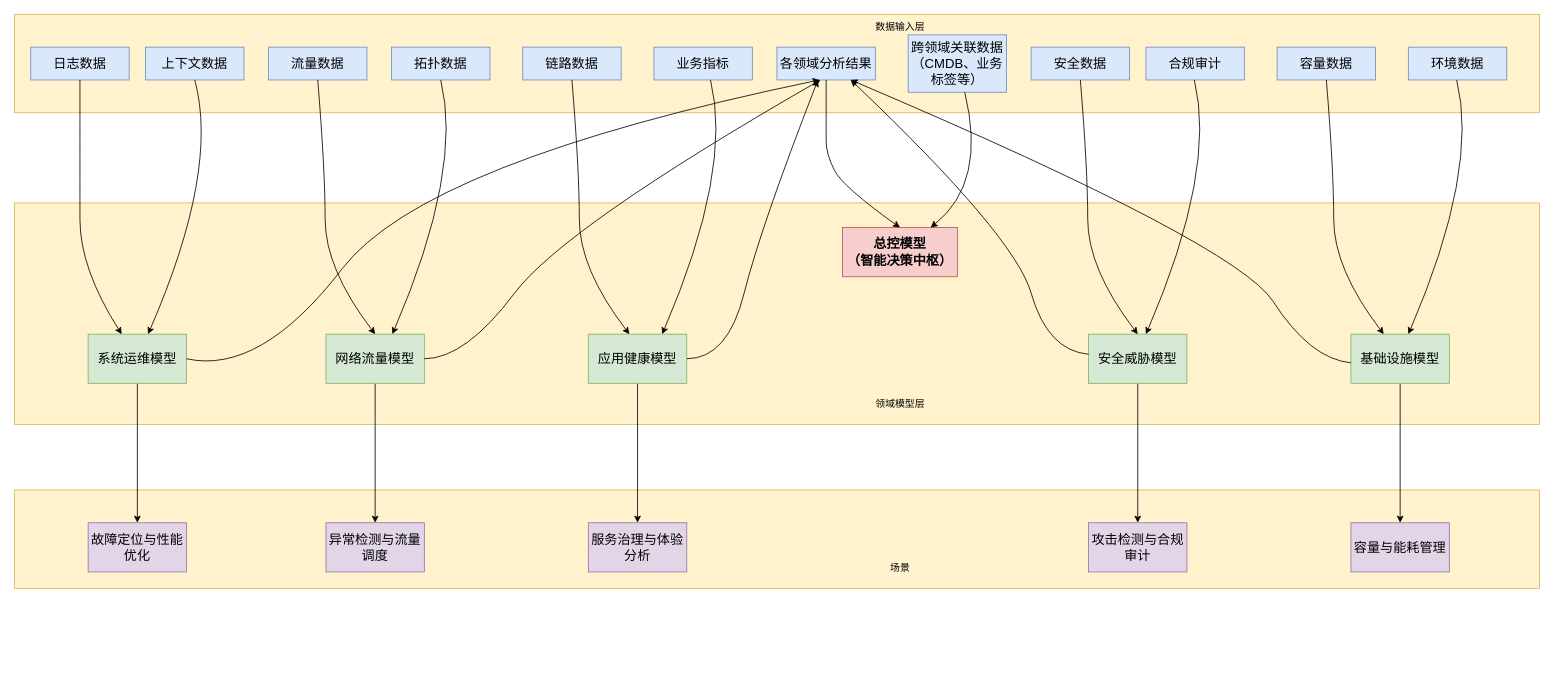
This is AI系统框图.drawio from 541013515/drawio, a draw.io file, before an edit. Source tidied: cells renumbered, new cells numbered last; positions are measured from the earlier drawing's top-left corner, leaving out a move shared by most shapes. Both pictures are drawn from the tidied source at 82%, with x=0, y=0 at pixel (14, 14).
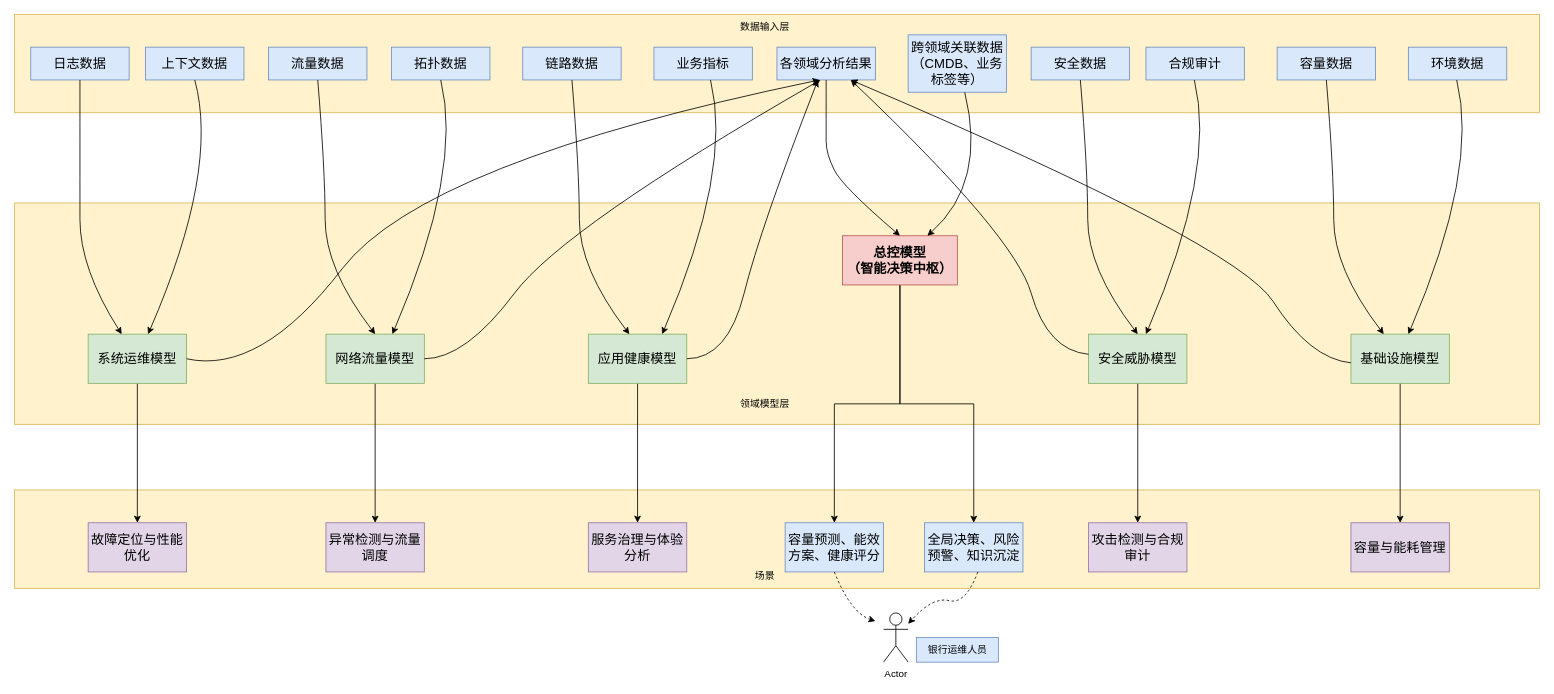
The same diagram, later.

Commit message:
更新AI系统框图.drawio

The edit, as a diff of the source:
```diff
@@
     <mxCell id="5" value="数据输入层" style="text;html=1;align=center;verticalAlign=middle;strokeColor=none;fillColor=none;" parent="1" vertex="1">
-      <mxGeometry x="1040" width="80" height="30" as="geometry" />
+      <mxGeometry x="875" width="80" height="30" as="geometry" />
     </mxCell>
     <mxCell id="6" value="领域模型层" style="text;html=1;align=center;verticalAlign=middle;strokeColor=none;fillColor=none;" parent="1" vertex="1">
-      <mxGeometry x="1040" y="460" width="80" height="30" as="geometry" />
+      <mxGeometry x="875" y="460" width="80" height="30" as="geometry" />
     </mxCell>
@@
+    <mxCell id="53" style="edgeStyle=orthogonalEdgeStyle;rounded=0;jettySize=auto;html=1;" parent="1" edge="1" source="13" target="55">
+      <mxGeometry relative="1" as="geometry" />
+    </mxCell>
+    <mxCell id="54" style="edgeStyle=orthogonalEdgeStyle;rounded=0;jettySize=auto;html=1;" parent="1" edge="1" source="13" target="56">
+      <mxGeometry relative="1" as="geometry" />
+    </mxCell>
     <mxCell id="13" value="&lt;p class=&quot;MsoNormal&quot;&gt;&lt;b&gt;&lt;font face=&quot;Helvetica&quot; style=&quot;font-size: 16px;&quot;&gt;总控模型&lt;br&gt;（智能决策中枢）&lt;/font&gt;&lt;/b&gt;&lt;/p&gt;" style="rounded=0;whiteSpace=wrap;html=1;fillColor=#f8cecc;strokeColor=#b85450;" parent="1" vertex="1">
-      <mxGeometry x="1010" y="260" width="140" height="60" as="geometry" />
+      <mxGeometry x="1010" y="270" width="140" height="60" as="geometry" />
     </mxCell>
@@
     <mxCell id="52" value="场景" style="text;html=1;align=center;verticalAlign=middle;strokeColor=none;fillColor=none;" parent="1" vertex="1">
-      <mxGeometry x="1055" y="660" width="50" height="30" as="geometry" />
+      <mxGeometry x="890" y="670" width="50" height="30" as="geometry" />
     </mxCell>
+    <mxCell id="55" value="&lt;p class=&quot;MsoNormal&quot;&gt;&lt;font style=&quot;font-size: 16px;&quot; face=&quot;Helvetica&quot;&gt;容量预测、能效方案、健康评分&lt;/font&gt;&lt;/p&gt;" style="rounded=0;whiteSpace=wrap;html=1;fillColor=#dae8fc;strokeColor=#6c8ebf;" parent="1" vertex="1">
+      <mxGeometry x="940" y="620" width="120" height="60" as="geometry" />
+    </mxCell>
+    <mxCell id="56" value="&lt;p class=&quot;MsoNormal&quot;&gt;&lt;font style=&quot;font-size: 16px;&quot; face=&quot;Helvetica&quot;&gt;全局决策、风险预警、知识沉淀&lt;/font&gt;&lt;/p&gt;" style="rounded=0;whiteSpace=wrap;html=1;fillColor=#dae8fc;strokeColor=#6c8ebf;" parent="1" vertex="1">
+      <mxGeometry x="1110" y="620" width="120" height="60" as="geometry" />
+    </mxCell>
+    <mxCell id="57" value="Actor" style="shape=umlActor;verticalLabelPosition=bottom;verticalAlign=top;html=1;outlineConnect=0;" parent="1" vertex="1">
+      <mxGeometry x="1060" y="730" width="30" height="60" as="geometry" />
+    </mxCell>
+    <mxCell id="58" value="银行运维人员" style="text;html=1;align=center;verticalAlign=middle;strokeColor=#6c8ebf;fillColor=#dae8fc;" parent="1" vertex="1">
+      <mxGeometry x="1100" y="760" width="100" height="30" as="geometry" />
+    </mxCell>
+    <mxCell id="59" style="curved=1;endArrow=classic;html=1;rounded=0;exitX=0.5;exitY=1;exitDx=0;exitDy=0;dashed=1;" parent="1" edge="1" target="57">
+      <mxGeometry relative="1" as="geometry">
+        <mxPoint x="1175" y="680" as="sourcePoint" />
+        <Array as="points">
+          <mxPoint x="1160" y="720" />
+          <mxPoint x="1120" y="710" />
+        </Array>
+      </mxGeometry>
+    </mxCell>
+    <mxCell id="60" style="curved=1;endArrow=classic;html=1;rounded=0;exitX=0.5;exitY=1;exitDx=0;exitDy=0;dashed=1;" parent="1" edge="1" source="55">
+      <mxGeometry relative="1" as="geometry">
+        <mxPoint x="1050" y="740" as="targetPoint" />
+        <Array as="points">
+          <mxPoint x="1020" y="730" />
+        </Array>
+      </mxGeometry>
+    </mxCell>
```
